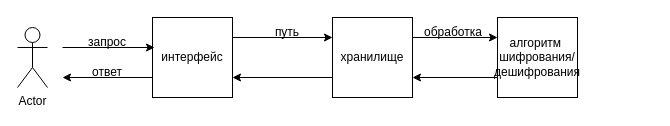
This is архитектурная диаграмма.drawio from leosavelka/Kursovaya_LNT, a draw.io file, before an edit. Source tidied: cells renumbered, new cells numbered last; positions are measured from the earlier drawing's top-left corner, leaving out a move shared by most shapes. Both pictures are drawn from the tidied source at 100%, with x=0, y=0 at pixel (17, 17).
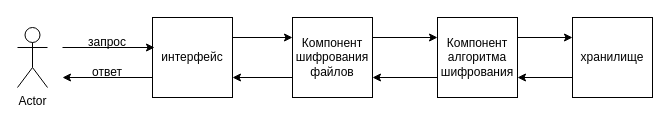
Above is the later version.

Diff of the diagram source:
```diff
@@
 <mxGraphModel>
   <root>
     <mxCell id="0" />
     <mxCell id="1" parent="0" />
     <mxCell id="2" value="Actor" style="shape=umlActor;verticalLabelPosition=bottom;verticalAlign=top;html=1;" parent="1" vertex="1">
       <mxGeometry y="10" width="30" height="60" as="geometry" />
     </mxCell>
     <mxCell id="3" value="интерфейс" style="whiteSpace=wrap;html=1;" parent="1" vertex="1">
       <mxGeometry x="135" width="80" height="80" as="geometry" />
     </mxCell>
-    <mxCell id="4" value="алгоритм&amp;nbsp;&lt;br&gt;шифрования/дешифрования" style="whiteSpace=wrap;html=1;" parent="1" vertex="1">
-      <mxGeometry x="480" width="80" height="80" as="geometry" />
-    </mxCell>
-    <mxCell id="5" style="endArrow=classic;html=1;rounded=0;exitX=1;exitY=0.25;exitDx=0;exitDy=0;entryX=0;entryY=0.25;entryDx=0;entryDy=0;" parent="1" edge="1" source="8" target="4">
-      <mxGeometry relative="1" as="geometry" />
-    </mxCell>
     <mxCell id="6" style="endArrow=classic;html=1;rounded=0;entryX=0.025;entryY=0.375;entryDx=0;entryDy=0;entryPerimeter=0;" parent="1" edge="1" target="3">
       <mxGeometry relative="1" as="geometry">
         <mxPoint x="45" y="30" as="sourcePoint" />
       </mxGeometry>
     </mxCell>
-    <mxCell id="7" style="endArrow=classic;html=1;rounded=0;exitX=1;exitY=0.25;exitDx=0;exitDy=0;entryX=0;entryY=0.25;entryDx=0;entryDy=0;" parent="1" edge="1" source="3" target="8">
-      <mxGeometry relative="1" as="geometry" />
-    </mxCell>
     <mxCell id="8" value="хранилище" style="whiteSpace=wrap;html=1;" parent="1" vertex="1">
-      <mxGeometry x="315" width="80" height="80" as="geometry" />
+      <mxGeometry x="555" width="80" height="80" as="geometry" />
     </mxCell>
-    <mxCell id="9" style="endArrow=classic;html=1;rounded=0;entryX=1;entryY=0.75;entryDx=0;entryDy=0;exitX=0;exitY=0.75;exitDx=0;exitDy=0;" parent="1" edge="1" source="4" target="8">
-      <mxGeometry relative="1" as="geometry" />
-    </mxCell>
-    <mxCell id="10" style="endArrow=classic;html=1;rounded=0;entryX=1;entryY=0.75;entryDx=0;entryDy=0;exitX=0;exitY=0.75;exitDx=0;exitDy=0;" parent="1" edge="1" source="8" target="3">
-      <mxGeometry relative="1" as="geometry" />
-    </mxCell>
     <mxCell id="11" style="endArrow=classic;html=1;rounded=0;exitX=0;exitY=0.75;exitDx=0;exitDy=0;" parent="1" edge="1" source="3">
       <mxGeometry relative="1" as="geometry">
         <mxPoint x="45" y="60" as="targetPoint" />
       </mxGeometry>
     </mxCell>
     <mxCell id="12" value="запрос" style="text;html=1;strokeColor=none;fillColor=none;align=center;verticalAlign=middle;whiteSpace=wrap;rounded=0;" parent="1" vertex="1">
       <mxGeometry x="60" y="10" width="60" height="30" as="geometry" />
     </mxCell>
-    <mxCell id="13" value="путь" style="text;html=1;strokeColor=none;fillColor=none;align=center;verticalAlign=middle;whiteSpace=wrap;rounded=0;" parent="1" vertex="1">
-      <mxGeometry x="240" width="60" height="30" as="geometry" />
-    </mxCell>
-    <mxCell id="14" value="обработка" style="text;html=1;strokeColor=none;fillColor=none;align=center;verticalAlign=middle;whiteSpace=wrap;rounded=0;" parent="1" vertex="1">
-      <mxGeometry x="406" width="60" height="30" as="geometry" />
-    </mxCell>
     <mxCell id="15" value="ответ" style="text;html=1;strokeColor=none;fillColor=none;align=center;verticalAlign=middle;whiteSpace=wrap;rounded=0;" parent="1" vertex="1">
       <mxGeometry x="60" y="40" width="60" height="30" as="geometry" />
     </mxCell>
+    <mxCell id="16" style="endArrow=classic;html=1;rounded=0;exitX=1;exitY=0.25;exitDx=0;exitDy=0;entryX=0;entryY=0.25;entryDx=0;entryDy=0;" parent="1" edge="1" source="3" target="17">
+      <mxGeometry relative="1" as="geometry" />
+    </mxCell>
+    <mxCell id="17" value="Компонент шифрования файлов" style="whiteSpace=wrap;html=1;" parent="1" vertex="1">
+      <mxGeometry x="275" width="80" height="80" as="geometry" />
+    </mxCell>
+    <mxCell id="18" value="Компонент алгоритма шифрования" style="whiteSpace=wrap;html=1;" parent="1" vertex="1">
+      <mxGeometry x="420" width="80" height="80" as="geometry" />
+    </mxCell>
+    <mxCell id="19" style="endArrow=classic;html=1;rounded=0;exitX=1;exitY=0.25;exitDx=0;exitDy=0;entryX=0;entryY=0.25;entryDx=0;entryDy=0;" parent="1" edge="1" source="17" target="18">
+      <mxGeometry relative="1" as="geometry" />
+    </mxCell>
+    <mxCell id="20" style="endArrow=classic;html=1;rounded=0;exitX=1;exitY=0.25;exitDx=0;exitDy=0;entryX=0;entryY=0.25;entryDx=0;entryDy=0;" parent="1" edge="1" source="18" target="8">
+      <mxGeometry relative="1" as="geometry" />
+    </mxCell>
+    <mxCell id="21" style="endArrow=classic;html=1;rounded=0;entryX=1;entryY=0.75;entryDx=0;entryDy=0;exitX=0;exitY=0.75;exitDx=0;exitDy=0;" parent="1" edge="1" source="17" target="3">
+      <mxGeometry relative="1" as="geometry" />
+    </mxCell>
+    <mxCell id="22" style="endArrow=classic;html=1;rounded=0;entryX=1;entryY=0.75;entryDx=0;entryDy=0;exitX=0;exitY=0.75;exitDx=0;exitDy=0;" parent="1" edge="1" source="18" target="17">
+      <mxGeometry relative="1" as="geometry" />
+    </mxCell>
+    <mxCell id="23" style="endArrow=classic;html=1;rounded=0;entryX=1;entryY=0.75;entryDx=0;entryDy=0;exitX=0;exitY=0.75;exitDx=0;exitDy=0;" parent="1" edge="1" source="8" target="18">
+      <mxGeometry relative="1" as="geometry" />
+    </mxCell>
   </root>
 </mxGraphModel>
```
